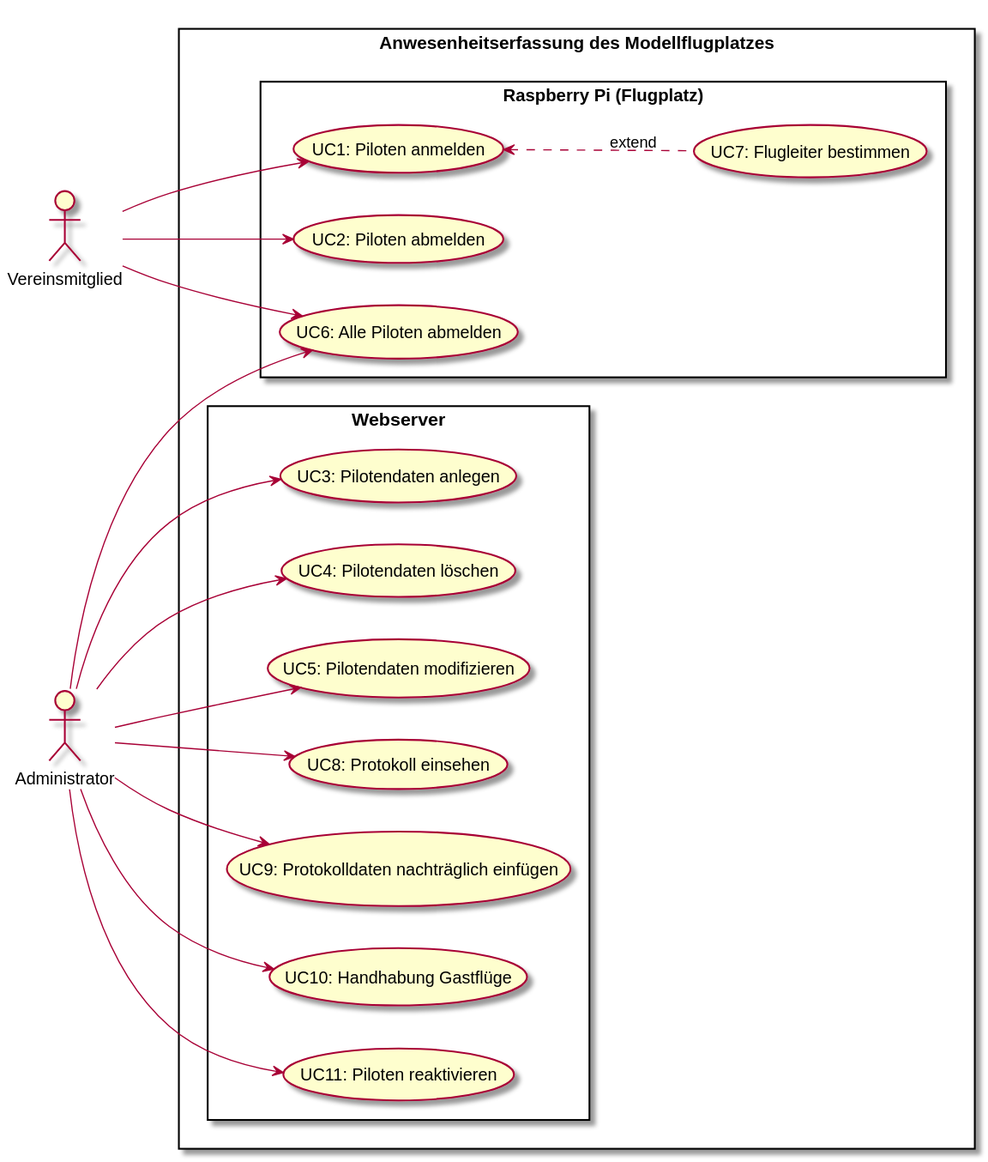
Lernni/E2-Anwesenheitserfassung-fuer-Modellflugplatz keeps this PlantUML diagram as docs/requirements/images/Use-Case-Diagramm/use_case_diagram.svg. Above is the earlier version.
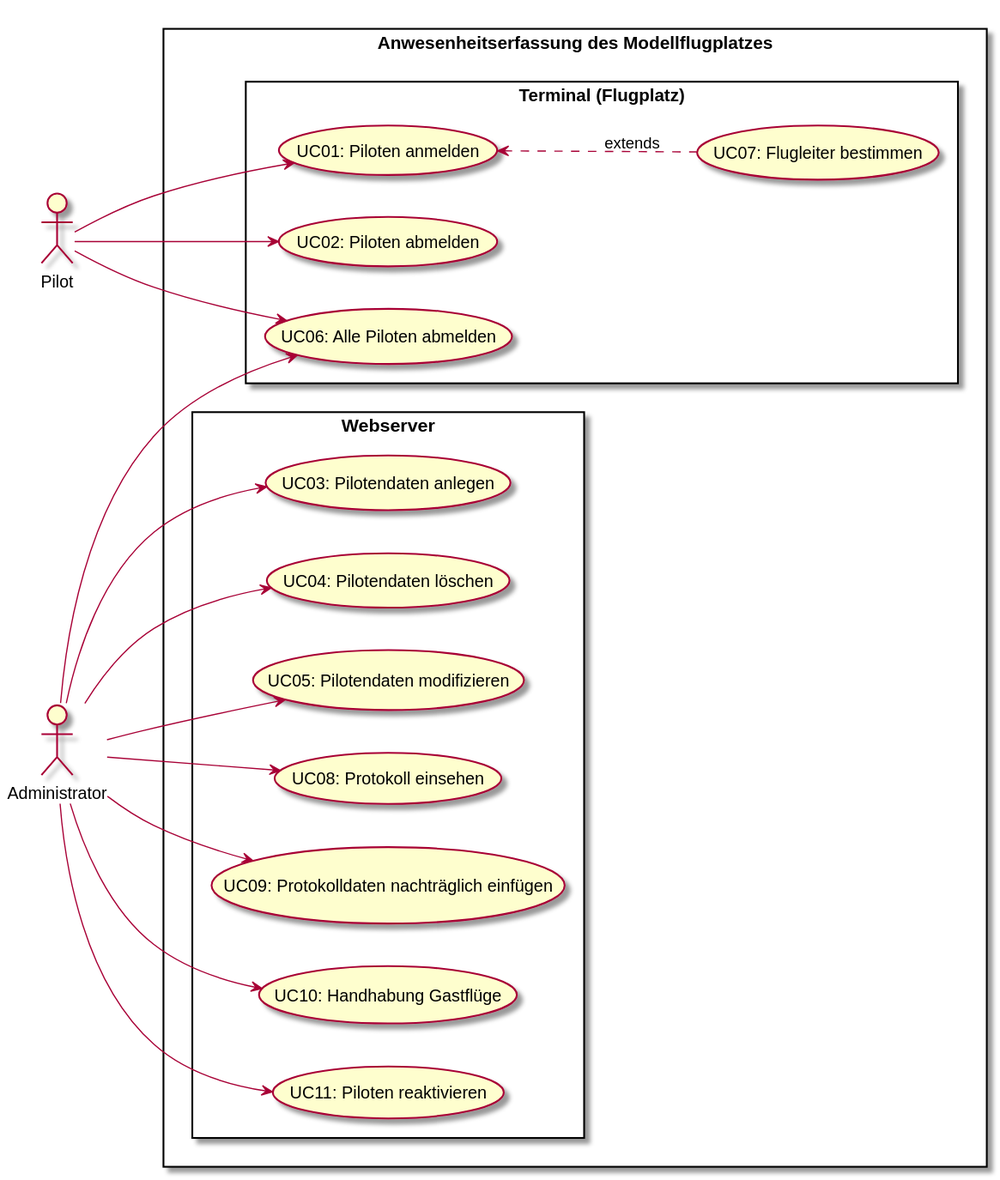
After the change.

Commit message:
#56 Use-Case-Diagramm überarbeitet

What changed in the source:
```diff
@@ -2,28 +2,28 @@
 
 left to right direction
 
-actor Vereinsmitglied
+actor Pilot
 
 actor Administrator
 
 rectangle "Anwesenheitserfassung des Modellflugplatzes" {
 
-  rectangle "Raspberry Pi (Flugplatz)"{
+  rectangle "Terminal (Flugplatz)"{
 
-  (UC1: Piloten anmelden)
-  (UC2: Piloten abmelden)
-  (UC6: Alle Piloten abmelden)
-  (UC7: Flugleiter bestimmen)
+  (UC01: Piloten anmelden)
+  (UC02: Piloten abmelden)
+  (UC06: Alle Piloten abmelden)
+  (UC07: Flugleiter bestimmen)
 
   }
 
   rectangle "Webserver"{
 
-  (UC3: Pilotendaten anlegen)
-  (UC4: Pilotendaten löschen)
-  (UC5: Pilotendaten modifizieren)
-  (UC8: Protokoll einsehen)
-  (UC9: Protokolldaten nachträglich einfügen)
+  (UC03: Pilotendaten anlegen)
+  (UC04: Pilotendaten löschen)
+  (UC05: Pilotendaten modifizieren)
+  (UC08: Protokoll einsehen)
+  (UC09: Protokolldaten nachträglich einfügen)
   (UC10: Handhabung Gastflüge)
   (UC11: Piloten reaktivieren)
 
@@ -31,27 +31,27 @@
 }
 
 
-Vereinsmitglied --> (UC1: Piloten anmelden)
-(UC1: Piloten anmelden) <.down. (UC7: Flugleiter bestimmen) : extend
+Pilot --> (UC01: Piloten anmelden)
+(UC01: Piloten anmelden) <.down. (UC07: Flugleiter bestimmen) : extends
 
-Vereinsmitglied --> (UC2: Piloten abmelden)
+Pilot --> (UC02: Piloten abmelden)
 
-Vereinsmitglied --> (UC6: Alle Piloten abmelden)
+Pilot --> (UC06: Alle Piloten abmelden)
 
 
-Administrator --> (UC3: Pilotendaten anlegen)
+Administrator --> (UC03: Pilotendaten anlegen)
 
-Administrator --> (UC4: Pilotendaten löschen)
+Administrator --> (UC04: Pilotendaten löschen)
 
-Administrator --> (UC5: Pilotendaten modifizieren)
+Administrator --> (UC05: Pilotendaten modifizieren)
 
-Administrator --> (UC8: Protokoll einsehen)
+Administrator --> (UC08: Protokoll einsehen)
 
-Administrator --> (UC9: Protokolldaten nachträglich einfügen)
+Administrator --> (UC09: Protokolldaten nachträglich einfügen)
 
 Administrator -->  (UC10: Handhabung Gastflüge)
 
-Administrator --> (UC6: Alle Piloten abmelden)
+Administrator --> (UC06: Alle Piloten abmelden)
 
 Administrator --> (UC11: Piloten reaktivieren)
 
```
